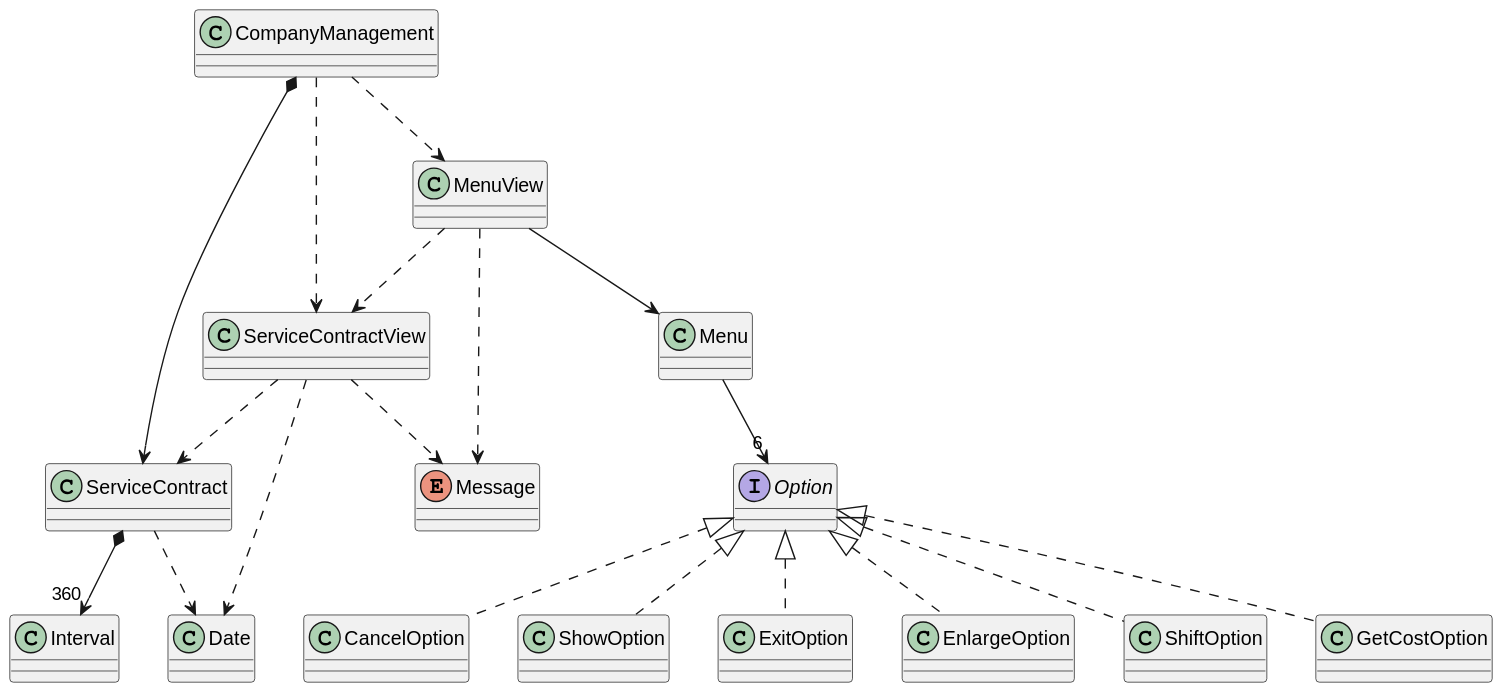
Above: tech-java-basadoObjetos/src/es/usantatecla/companyManagement/UML/ModeloClases.svg in USantaTecla-ed-mpds/lab-turing (PlantUML), before the change.
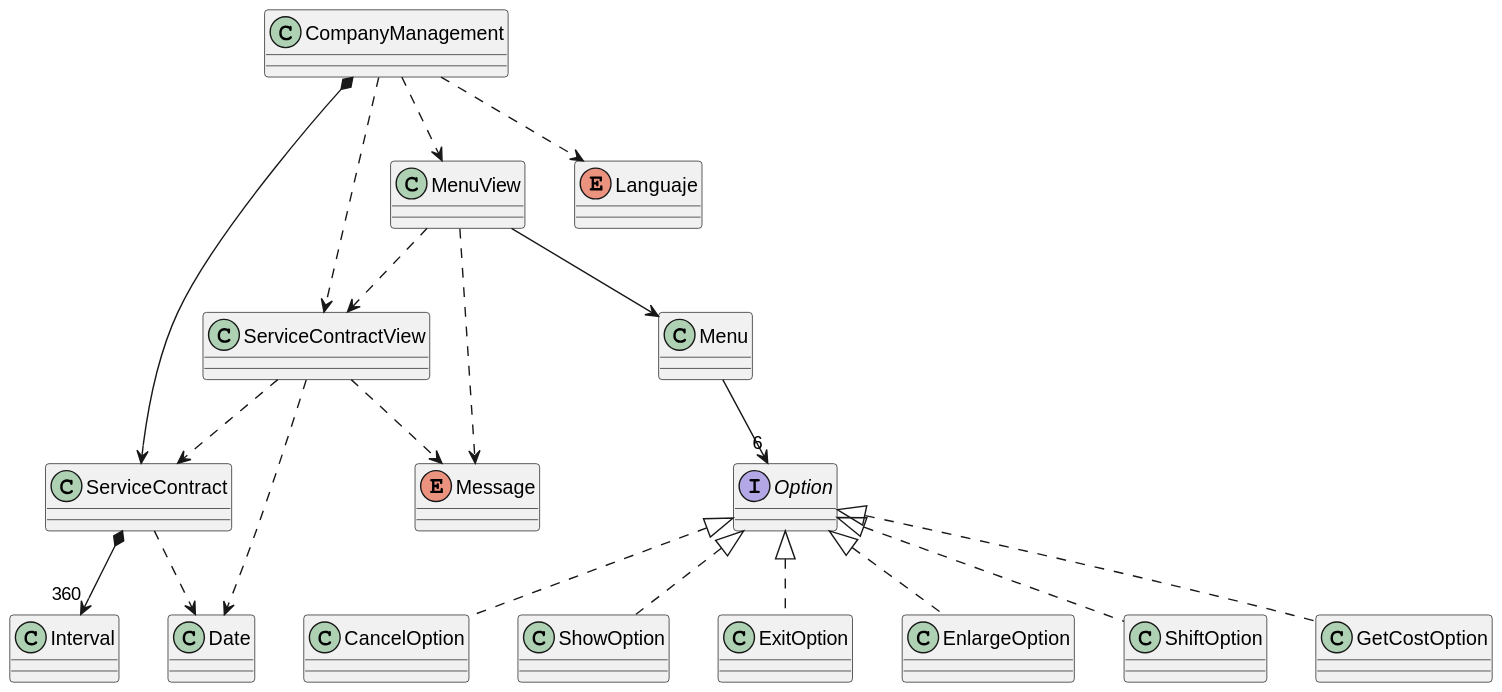
After the commit.

Commit message:
refactor UML relations

Change to the diagram source:
```diff
@@ -14,12 +14,14 @@
 class Date
 class Interval
 enum Message
+enum Languaje
 
 interface Option
 
 CompanyManagement *--> ServiceContract
 CompanyManagement ..> ServiceContractView
 CompanyManagement ..> MenuView
+CompanyManagement ..> Languaje
 
 ServiceContractView ..> ServiceContract
 ServiceContractView ..> Date
```
